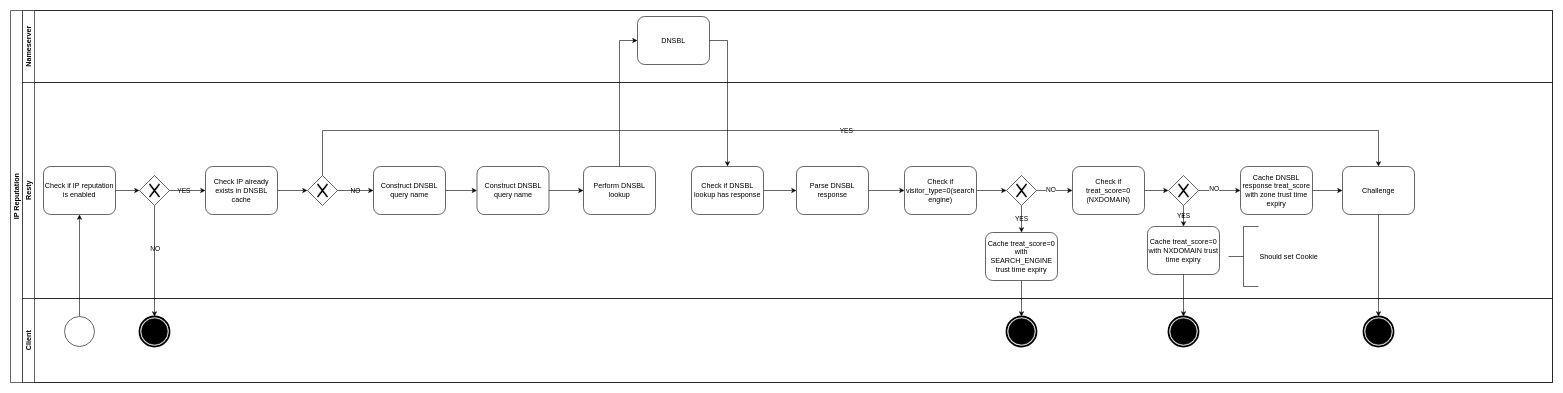
Above: Diagram.drawio in tajpouria/resty-ip-reputation-example (draw.io), before the change. Source tidied: cells renumbered, new cells numbered last; positions are measured from the earlier drawing's top-left corner, leaving out a move shared by most shapes. Both pictures are drawn from the tidied source at 60%, with x=0, y=0 at pixel (10, 10).
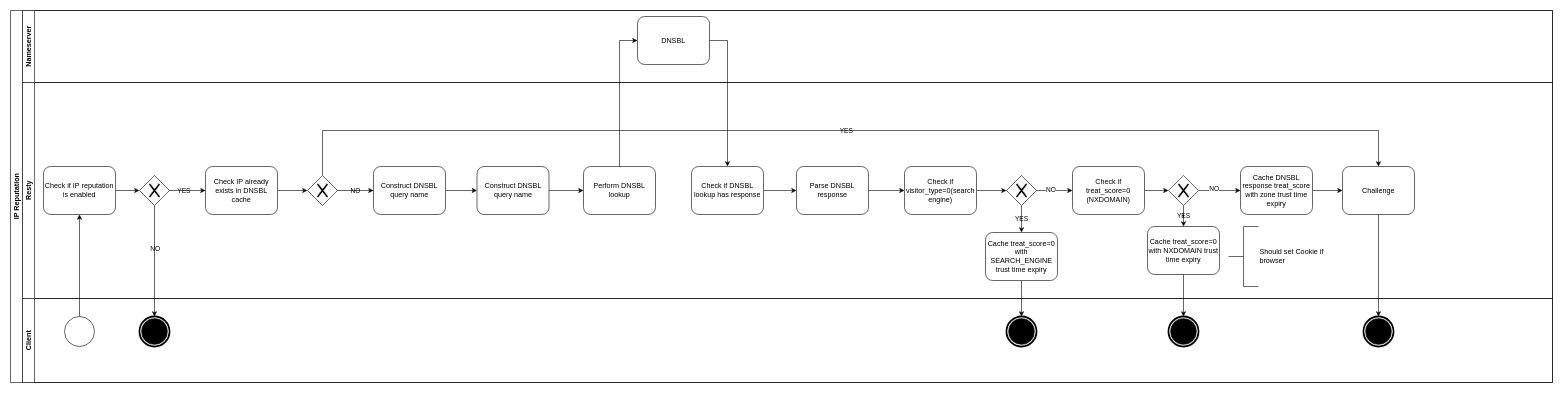
Above is the later version.

The change refers to these unchanged cells:
```xml
<mxCell id="12" value="Resty" style="swimlane;html=1;startSize=20;horizontal=0;fontFamily=Helvetica;labelBorderColor=none;labelBackgroundColor=none;whiteSpace=wrap;" parent="2" vertex="1">
  <mxGeometry x="20" y="120" width="2550" height="360" as="geometry" />
</mxCell>
```

Diff of the diagram source:
```diff
@@
-    <mxCell id="50" value="Should set Cookie" style="html=1;shape=mxgraph.flowchart.annotation_2;align=left;labelPosition=right;labelBackgroundColor=none;fontFamily=Helvetica;" parent="12" vertex="1">
+    <mxCell id="50" value="Should set Cookie if&lt;br&gt;browser" style="html=1;shape=mxgraph.flowchart.annotation_2;align=left;labelPosition=right;labelBackgroundColor=none;fontFamily=Helvetica;" parent="12" vertex="1">
       <mxGeometry x="2010" y="240" width="50" height="100" as="geometry" />
     </mxCell>
```
